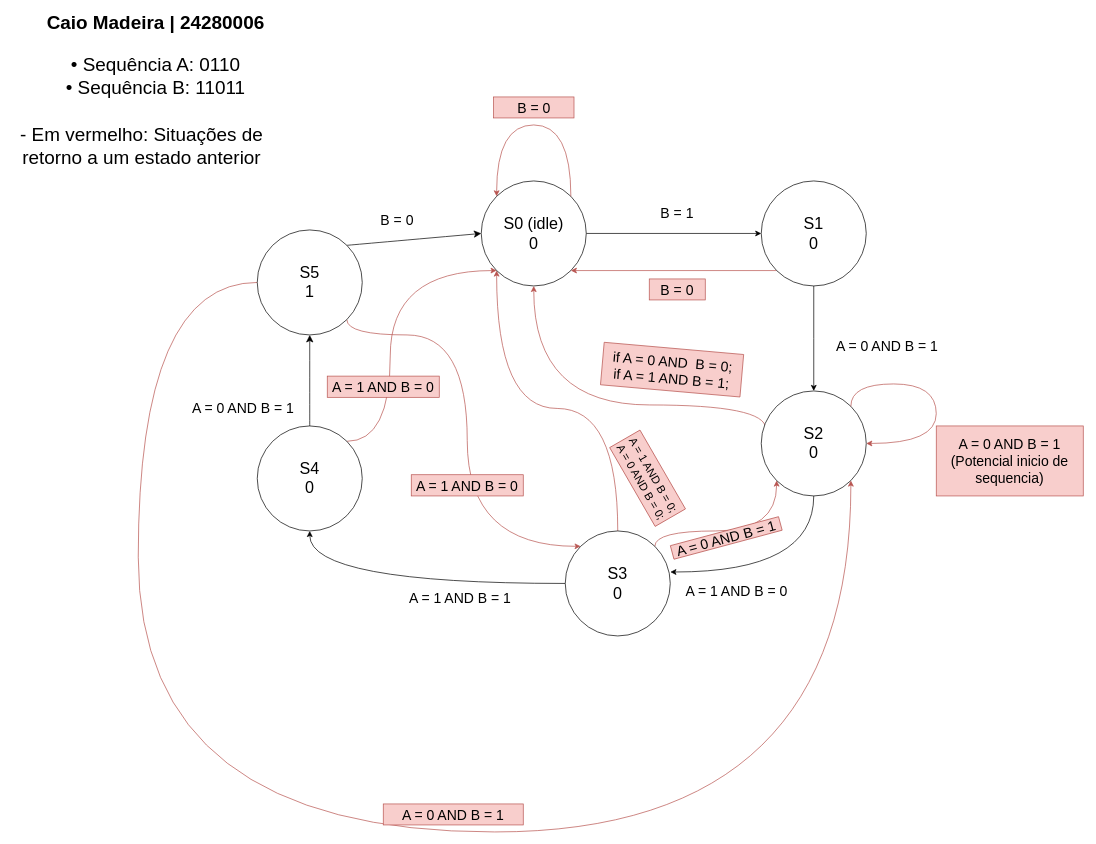
Earlier version of the draw.io diagram BitSequence/docs/CaioMadeira_FSMV6.drawio (caiomadeira/FSM-VDHL). Source tidied: cells renumbered, new cells numbered last; positions are measured from the earlier drawing's top-left corner, leaving out a move shared by most shapes. Both pictures are drawn from the tidied source at 70%, with x=0, y=0 at pixel (12, 13).
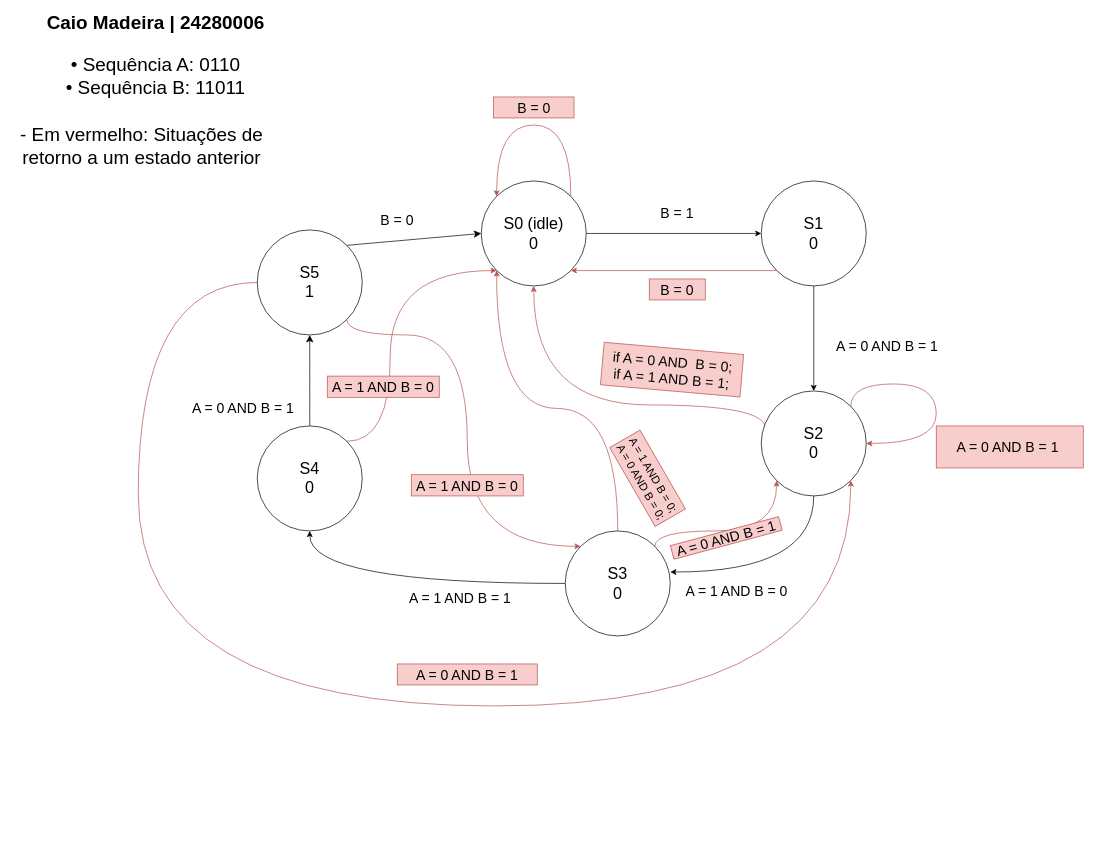
The same diagram, later.

Unchanged cells that the change refers to:
```xml
<mxCell id="9" value="&lt;span style=&quot;font-size: 23px;&quot;&gt;S2&lt;/span&gt;&lt;div&gt;&lt;span style=&quot;font-size: 23px;&quot;&gt;0&lt;/span&gt;&lt;/div&gt;" style="ellipse;whiteSpace=wrap;html=1;" parent="1" vertex="1">
  <mxGeometry x="1070" y="540" width="150" height="150" as="geometry" />
</mxCell>
<mxCell id="30" value="&lt;div&gt;&lt;span style=&quot;font-size: 23px;&quot;&gt;S5&lt;/span&gt;&lt;/div&gt;&lt;div&gt;&lt;span style=&quot;font-size: 23px;&quot;&gt;1&lt;/span&gt;&lt;/div&gt;" style="ellipse;whiteSpace=wrap;html=1;" parent="1" vertex="1">
  <mxGeometry x="350" y="310" width="150" height="150" as="geometry" />
</mxCell>
```

The edit, as a diff of the source:
```diff
@@
     <mxCell id="29" style="edgeStyle=orthogonalEdgeStyle;rounded=0;jettySize=auto;html=1;entryX=1;entryY=1;entryDx=0;entryDy=0;curved=1;fillColor=#f8cecc;strokeColor=#b85450;" parent="1" edge="1" source="30" target="9">
       <mxGeometry relative="1" as="geometry">
         <Array as="points">
           <mxPoint x="180" y="385" />
-          <mxPoint x="180" y="1170" />
-          <mxPoint x="1198" y="1170" />
+          <mxPoint x="180" y="990" />
+          <mxPoint x="1198" y="990" />
         </Array>
       </mxGeometry>
     </mxCell>
@@
-    <mxCell id="34" value="&lt;span style=&quot;font-size: 20px;&quot;&gt;A = 0 AND B = 1 (Potencial inicio de sequencia)&lt;br&gt;&lt;/span&gt;" style="text;html=1;align=center;verticalAlign=middle;whiteSpace=wrap;rounded=0;fillColor=#f8cecc;strokeColor=#b85450;" parent="1" vertex="1">
-      <mxGeometry x="1320" y="590" width="210" height="100" as="geometry" />
+    <mxCell id="34" value="&lt;span style=&quot;font-size: 20px;&quot;&gt;A = 0 AND B = 1&amp;nbsp;&lt;br&gt;&lt;/span&gt;" style="text;html=1;align=center;verticalAlign=middle;whiteSpace=wrap;rounded=0;fillColor=#f8cecc;strokeColor=#b85450;" parent="1" vertex="1">
+      <mxGeometry x="1320" y="590" width="210" height="60" as="geometry" />
     </mxCell>
@@
     <mxCell id="37" value="&lt;span style=&quot;font-size: 20px;&quot;&gt;A = 0 AND B = 1&lt;br&gt;&lt;/span&gt;" style="text;html=1;align=center;verticalAlign=middle;whiteSpace=wrap;rounded=0;fillColor=#f8cecc;strokeColor=#b85450;" parent="1" vertex="1">
-      <mxGeometry x="530" y="1130" width="200" height="30" as="geometry" />
+      <mxGeometry x="550" y="930" width="200" height="30" as="geometry" />
     </mxCell>
```
